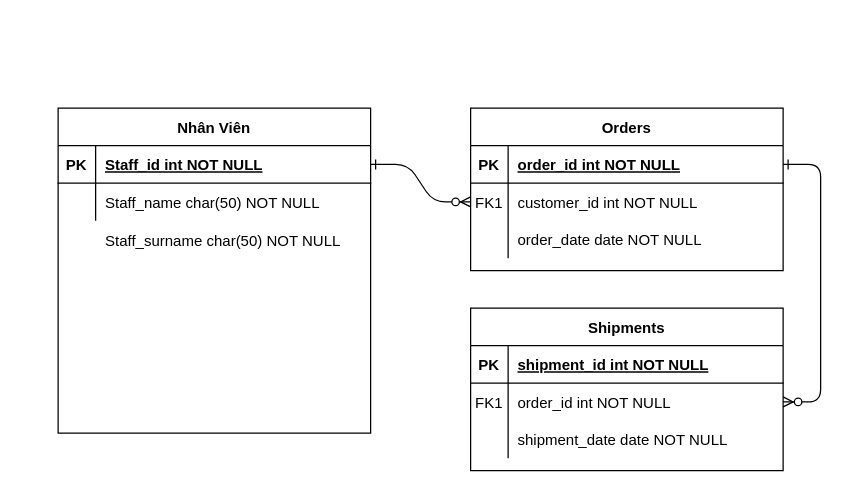
This is QuanLiNhanVien.drawio from Mvt1927/MoHinhEr, a draw.io file, before an edit. Source tidied: cells renumbered, new cells numbered last; positions are measured from the earlier drawing's top-left corner, leaving out a move shared by most shapes. Both pictures are drawn from the tidied source at 125%, with x=0, y=0 at pixel (58, 108).
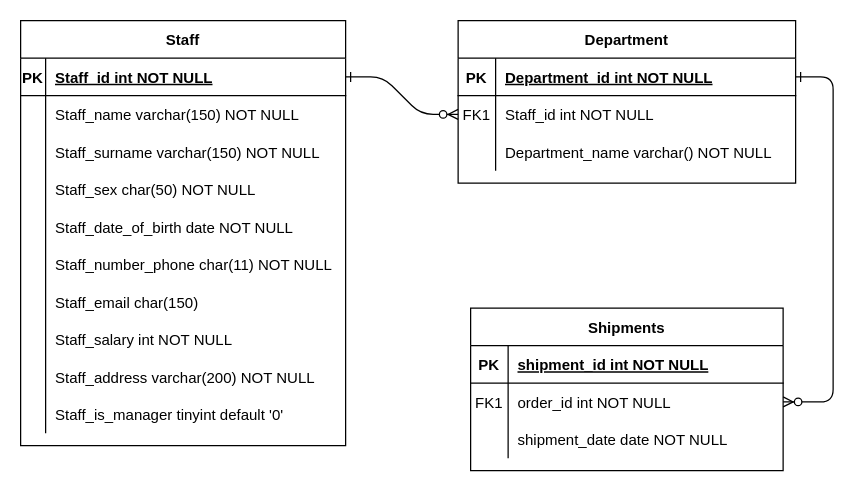
The same page after the edit.

Diff of the diagram source:
```diff
@@
-    <mxCell id="4" value="Orders" style="shape=table;startSize=30;childLayout=tableLayout;rowLines=0;fontStyle=1;align=center;" parent="1" vertex="1">
-      <mxGeometry x="330" width="250" height="130" as="geometry" />
+    <mxCell id="4" value="Department" style="shape=table;startSize=30;childLayout=tableLayout;rowLines=0;fontStyle=1;align=center;" parent="1" vertex="1">
+      <mxGeometry x="320" y="-70" width="270" height="130" as="geometry" />
     </mxCell>
     <mxCell id="5" style="shape=partialRectangle;fillColor=none;points=[[0,0.5],[1,0.5]];portConstraint=eastwest;top=0;left=0;right=0;bottom=1;" parent="4" vertex="1">
-      <mxGeometry y="30" width="250" height="30" as="geometry" />
+      <mxGeometry y="30" width="270" height="30" as="geometry" />
     </mxCell>
@@
-    <mxCell id="7" value="order_id int NOT NULL " style="shape=partialRectangle;overflow=hidden;fillColor=none;top=0;left=0;bottom=0;right=0;align=left;spacingLeft=6;fontStyle=5;" parent="5" vertex="1">
-      <mxGeometry x="30" width="220" height="30" as="geometry" />
+    <mxCell id="7" value="Department_id int NOT NULL " style="shape=partialRectangle;overflow=hidden;fillColor=none;top=0;left=0;bottom=0;right=0;align=left;spacingLeft=6;fontStyle=5;" parent="5" vertex="1">
+      <mxGeometry x="30" width="240" height="30" as="geometry" />
     </mxCell>
     <mxCell id="8" style="shape=partialRectangle;fillColor=none;points=[[0,0.5],[1,0.5]];portConstraint=eastwest;top=0;left=0;right=0;bottom=0;" parent="4" vertex="1">
-      <mxGeometry y="60" width="250" height="30" as="geometry" />
+      <mxGeometry y="60" width="270" height="30" as="geometry" />
     </mxCell>
@@
-    <mxCell id="10" value="customer_id int NOT NULL" style="shape=partialRectangle;overflow=hidden;fillColor=none;top=0;left=0;bottom=0;right=0;align=left;spacingLeft=6;" parent="8" vertex="1">
-      <mxGeometry x="30" width="220" height="30" as="geometry" />
+    <mxCell id="10" value="Staff_id int NOT NULL" style="shape=partialRectangle;overflow=hidden;fillColor=none;top=0;left=0;bottom=0;right=0;align=left;spacingLeft=6;" parent="8" vertex="1">
+      <mxGeometry x="30" width="240" height="30" as="geometry" />
     </mxCell>
     <mxCell id="11" style="shape=partialRectangle;fillColor=none;top=0;left=0;right=0;bottom=0;" parent="4" vertex="1">
-      <mxGeometry y="90" width="250" height="30" as="geometry" />
+      <mxGeometry y="90" width="270" height="30" as="geometry" />
     </mxCell>
@@
-    <mxCell id="13" value="order_date date NOT NULL" style="shape=partialRectangle;overflow=hidden;fillColor=none;top=0;left=0;bottom=0;right=0;align=left;spacingLeft=6;" parent="11" vertex="1">
-      <mxGeometry x="30" width="220" height="30" as="geometry" />
+    <mxCell id="13" value="Department_name varchar() NOT NULL" style="shape=partialRectangle;overflow=hidden;fillColor=none;top=0;left=0;bottom=0;right=0;align=left;spacingLeft=6;" parent="11" vertex="1">
+      <mxGeometry x="30" width="240" height="30" as="geometry" />
     </mxCell>
@@
-    <mxCell id="24" value="Nhân Viên" style="shape=table;startSize=30;childLayout=tableLayout;rowLines=0;fontStyle=1;align=center;" parent="1" vertex="1">
-      <mxGeometry width="250" height="260" as="geometry" />
+    <mxCell id="24" value="Staff" style="shape=table;startSize=30;childLayout=tableLayout;rowLines=0;fontStyle=1;align=center;" parent="1" vertex="1">
+      <mxGeometry x="-30" y="-70" width="260" height="340" as="geometry" />
     </mxCell>
     <mxCell id="25" style="shape=partialRectangle;fillColor=none;points=[[0,0.5],[1,0.5]];portConstraint=eastwest;top=0;left=0;right=0;bottom=1;" parent="24" vertex="1">
-      <mxGeometry y="30" width="250" height="30" as="geometry" />
+      <mxGeometry y="30" width="260" height="30" as="geometry" />
     </mxCell>
     <mxCell id="26" value="PK" style="shape=partialRectangle;overflow=hidden;fillColor=none;top=0;left=0;bottom=0;right=0;fontStyle=1;" parent="25" vertex="1">
-      <mxGeometry width="30" height="30" as="geometry" />
+      <mxGeometry width="20" height="30" as="geometry" />
     </mxCell>
     <mxCell id="27" value="Staff_id int NOT NULL " style="shape=partialRectangle;overflow=hidden;fillColor=none;top=0;left=0;bottom=0;right=0;align=left;spacingLeft=6;fontStyle=5;" parent="25" vertex="1">
-      <mxGeometry x="30" width="220" height="30" as="geometry" />
+      <mxGeometry x="20" width="240" height="30" as="geometry" />
     </mxCell>
     <mxCell id="28" style="shape=partialRectangle;fillColor=none;top=0;left=0;right=0;bottom=0;" parent="24" vertex="1">
-      <mxGeometry y="60" width="250" height="30" as="geometry" />
+      <mxGeometry y="60" width="260" height="30" as="geometry" />
     </mxCell>
     <mxCell id="29" style="shape=partialRectangle;overflow=hidden;fillColor=none;top=0;left=0;bottom=0;right=0;" parent="28" vertex="1">
-      <mxGeometry width="30" height="30" as="geometry" />
+      <mxGeometry width="20" height="30" as="geometry" />
     </mxCell>
-    <mxCell id="30" value="Staff_name char(50) NOT NULL" style="shape=partialRectangle;overflow=hidden;fillColor=none;top=0;left=0;bottom=0;right=0;align=left;spacingLeft=6;" parent="28" vertex="1">
-      <mxGeometry x="30" width="220" height="30" as="geometry" />
+    <mxCell id="30" value="Staff_name varchar(150) NOT NULL" style="shape=partialRectangle;overflow=hidden;fillColor=none;top=0;left=0;bottom=0;right=0;align=left;spacingLeft=6;" parent="28" vertex="1">
+      <mxGeometry x="20" width="240" height="30" as="geometry" />
     </mxCell>
-    <mxCell id="31" value="Staff_surname char(50) NOT NULL" style="shape=partialRectangle;overflow=hidden;fillColor=none;top=0;left=0;bottom=0;right=0;align=left;spacingLeft=6;" parent="1" vertex="1">
-      <mxGeometry x="30" y="91" width="220" height="30" as="geometry" />
-    </mxCell>
+    <mxCell id="32" style="shape=partialRectangle;fillColor=none;top=0;left=0;bottom=0;right=0;" parent="24" vertex="1">
+      <mxGeometry y="90" width="260" height="30" as="geometry" />
+    </mxCell>
+    <mxCell id="33" style="shape=partialRectangle;fillColor=none;top=0;left=0;bottom=0;right=0;overflow=hidden;" parent="32" vertex="1">
+      <mxGeometry width="20" height="30" as="geometry" />
+    </mxCell>
+    <mxCell id="34" value="Staff_surname varchar(150) NOT NULL" style="shape=partialRectangle;fillColor=none;top=0;left=0;bottom=0;right=0;align=left;spacingLeft=6;overflow=hidden;" parent="32" vertex="1">
+      <mxGeometry x="20" width="240" height="30" as="geometry" />
+    </mxCell>
+    <mxCell id="35" style="shape=partialRectangle;fillColor=none;top=0;left=0;bottom=0;right=0;" parent="24" vertex="1">
+      <mxGeometry y="120" width="260" height="30" as="geometry" />
+    </mxCell>
+    <mxCell id="36" style="shape=partialRectangle;fillColor=none;top=0;left=0;bottom=0;right=0;overflow=hidden;" parent="35" vertex="1">
+      <mxGeometry width="20" height="30" as="geometry" />
+    </mxCell>
+    <mxCell id="37" value="Staff_sex char(50) NOT NULL" style="shape=partialRectangle;fillColor=none;top=0;left=0;bottom=0;right=0;align=left;spacingLeft=6;overflow=hidden;" parent="35" vertex="1">
+      <mxGeometry x="20" width="240" height="30" as="geometry" />
+    </mxCell>
+    <mxCell id="38" style="shape=partialRectangle;fillColor=none;top=0;left=0;bottom=0;right=0;" parent="24" vertex="1">
+      <mxGeometry y="150" width="260" height="30" as="geometry" />
+    </mxCell>
+    <mxCell id="39" style="shape=partialRectangle;fillColor=none;top=0;left=0;bottom=0;right=0;overflow=hidden;" parent="38" vertex="1">
+      <mxGeometry width="20" height="30" as="geometry" />
+    </mxCell>
+    <mxCell id="40" value="Staff_date_of_birth date NOT NULL" style="shape=partialRectangle;fillColor=none;top=0;left=0;bottom=0;right=0;align=left;spacingLeft=6;overflow=hidden;" parent="38" vertex="1">
+      <mxGeometry x="20" width="240" height="30" as="geometry" />
+    </mxCell>
+    <mxCell id="41" style="shape=partialRectangle;fillColor=none;top=0;left=0;bottom=0;right=0;" parent="24" vertex="1">
+      <mxGeometry y="180" width="260" height="30" as="geometry" />
+    </mxCell>
+    <mxCell id="42" style="shape=partialRectangle;fillColor=none;top=0;left=0;bottom=0;right=0;overflow=hidden;" parent="41" vertex="1">
+      <mxGeometry width="20" height="30" as="geometry" />
+    </mxCell>
+    <mxCell id="43" value="Staff_number_phone char(11) NOT NULL" style="shape=partialRectangle;fillColor=none;top=0;left=0;bottom=0;right=0;align=left;spacingLeft=6;overflow=hidden;" parent="41" vertex="1">
+      <mxGeometry x="20" width="240" height="30" as="geometry" />
+    </mxCell>
+    <mxCell id="44" style="shape=partialRectangle;fillColor=none;top=0;left=0;bottom=0;right=0;" parent="24" vertex="1">
+      <mxGeometry y="210" width="260" height="30" as="geometry" />
+    </mxCell>
+    <mxCell id="45" style="shape=partialRectangle;fillColor=none;top=0;left=0;bottom=0;right=0;overflow=hidden;" parent="44" vertex="1">
+      <mxGeometry width="20" height="30" as="geometry" />
+    </mxCell>
+    <mxCell id="46" value="Staff_email char(150)" style="shape=partialRectangle;fillColor=none;top=0;left=0;bottom=0;right=0;align=left;spacingLeft=6;overflow=hidden;" parent="44" vertex="1">
+      <mxGeometry x="20" width="240" height="30" as="geometry" />
+    </mxCell>
+    <mxCell id="47" style="shape=partialRectangle;fillColor=none;top=0;left=0;bottom=0;right=0;" parent="24" vertex="1">
+      <mxGeometry y="240" width="260" height="30" as="geometry" />
+    </mxCell>
+    <mxCell id="48" style="shape=partialRectangle;fillColor=none;top=0;left=0;bottom=0;right=0;overflow=hidden;" parent="47" vertex="1">
+      <mxGeometry width="20" height="30" as="geometry" />
+    </mxCell>
+    <mxCell id="49" value="Staff_salary int NOT NULL" style="shape=partialRectangle;fillColor=none;top=0;left=0;bottom=0;right=0;align=left;spacingLeft=6;overflow=hidden;" parent="47" vertex="1">
+      <mxGeometry x="20" width="240" height="30" as="geometry" />
+    </mxCell>
+    <mxCell id="50" style="shape=partialRectangle;fillColor=none;top=0;left=0;bottom=0;right=0;" parent="24" vertex="1">
+      <mxGeometry y="270" width="260" height="30" as="geometry" />
+    </mxCell>
+    <mxCell id="51" style="shape=partialRectangle;fillColor=none;top=0;left=0;bottom=0;right=0;overflow=hidden;" parent="50" vertex="1">
+      <mxGeometry width="20" height="30" as="geometry" />
+    </mxCell>
+    <mxCell id="52" value="Staff_address varchar(200) NOT NULL" style="shape=partialRectangle;fillColor=none;top=0;left=0;bottom=0;right=0;align=left;spacingLeft=6;overflow=hidden;" parent="50" vertex="1">
+      <mxGeometry x="20" width="240" height="30" as="geometry" />
+    </mxCell>
+    <mxCell id="53" style="shape=partialRectangle;fillColor=none;top=0;left=0;bottom=0;right=0;" parent="24" vertex="1">
+      <mxGeometry y="300" width="260" height="30" as="geometry" />
+    </mxCell>
+    <mxCell id="54" style="shape=partialRectangle;fillColor=none;top=0;left=0;bottom=0;right=0;overflow=hidden;" parent="53" vertex="1">
+      <mxGeometry width="20" height="30" as="geometry" />
+    </mxCell>
+    <mxCell id="55" value="Staff_is_manager tinyint default '0'" style="shape=partialRectangle;fillColor=none;top=0;left=0;bottom=0;right=0;align=left;spacingLeft=6;overflow=hidden;" parent="53" vertex="1">
+      <mxGeometry x="20" width="240" height="30" as="geometry" />
+    </mxCell>
```
